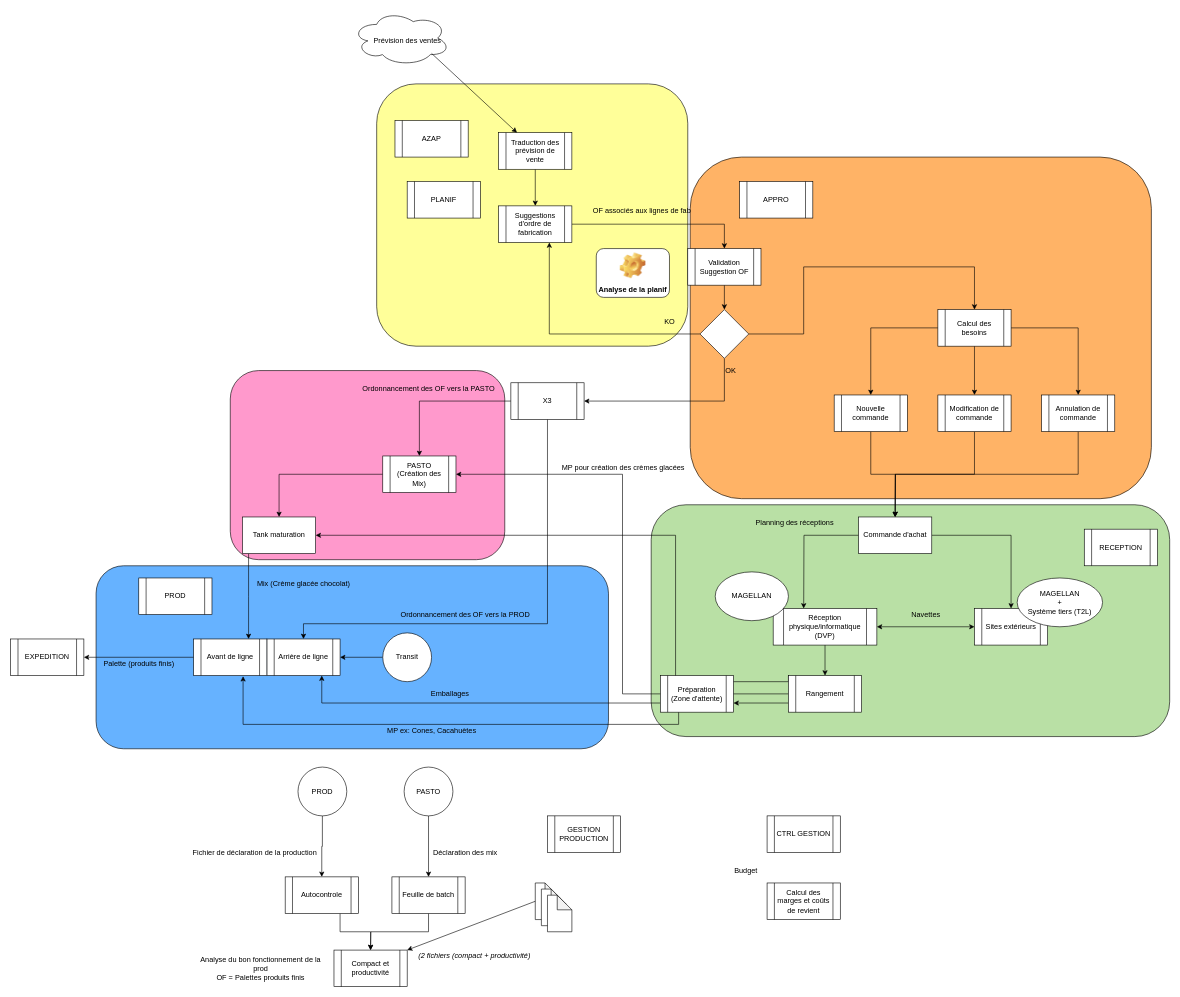
Earlier version of the draw.io diagram page "Page-1" (1 of 2) of DVP_Flux.drawio (Exawyll/dvp_flux). Source tidied: cells renumbered, new cells numbered last; positions are measured from the earlier drawing's top-left corner, leaving out a move shared by most shapes. Both pictures are drawn from the tidied source at 61%, with x=0, y=0 at pixel (10, 10).
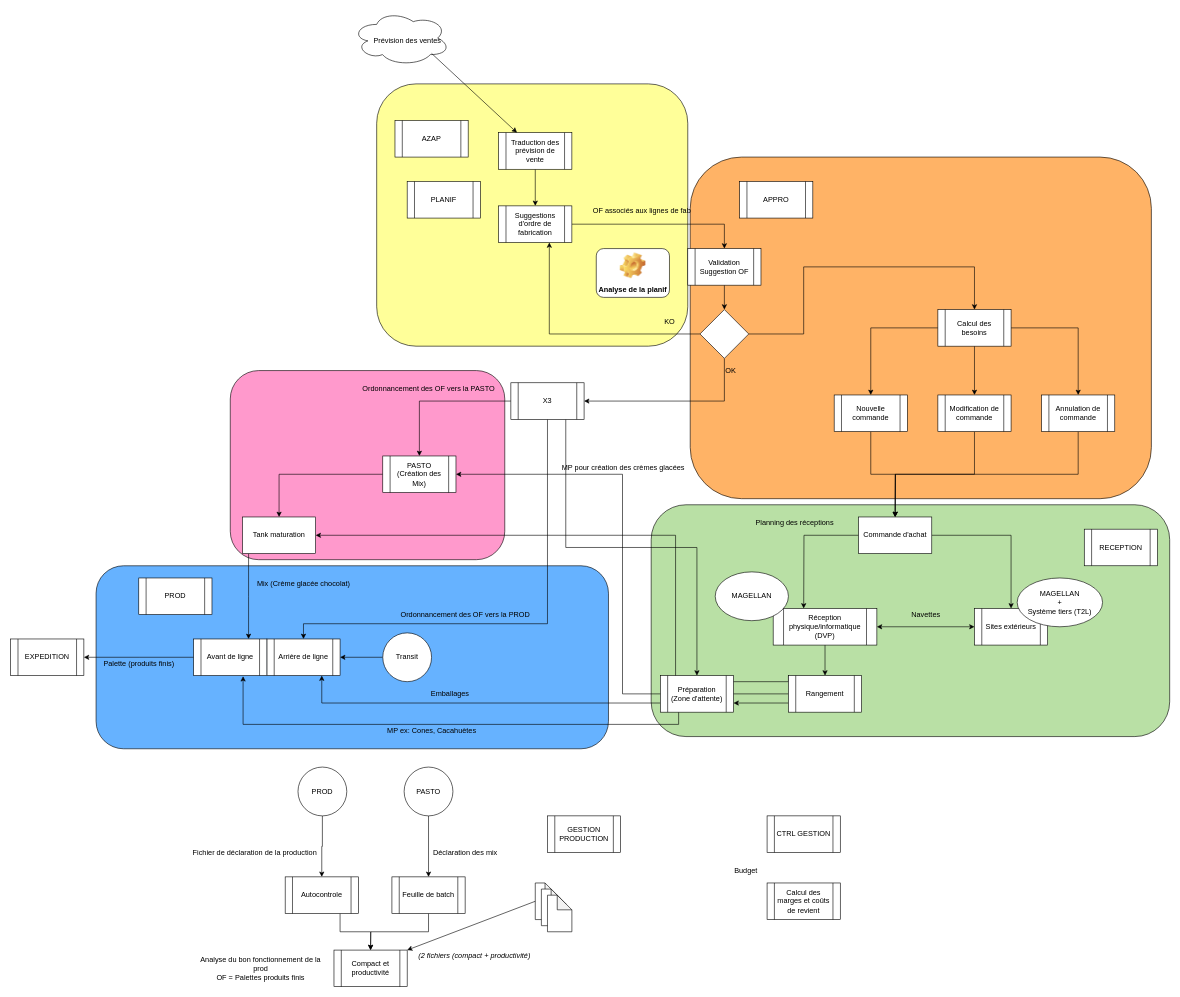
The same diagram, later.

The change refers to these unchanged cells:
```xml
<mxCell id="25" value="X3" style="shape=process;whiteSpace=wrap;html=1;backgroundOutline=1;" parent="1" vertex="1">
  <mxGeometry x="820" y="610" width="120" height="60" as="geometry" />
</mxCell>
<mxCell id="68" value="&lt;div&gt;Préparation&lt;/div&gt;&lt;div&gt;(Zone d'attente)&lt;br&gt;&lt;/div&gt;" style="shape=process;whiteSpace=wrap;html=1;backgroundOutline=1;" parent="1" vertex="1">
  <mxGeometry x="1065" y="1090" width="120" height="60" as="geometry" />
</mxCell>
```

Diff of the diagram source:
```diff
@@
+    <mxCell id="98" style="edgeStyle=orthogonalEdgeStyle;rounded=0;jettySize=auto;html=1;exitX=0.75;exitY=1;exitDx=0;exitDy=0;entryX=0.5;entryY=0;entryDx=0;entryDy=0;" parent="1" edge="1" source="25" target="68">
+      <mxGeometry relative="1" as="geometry" />
+    </mxCell>
```
